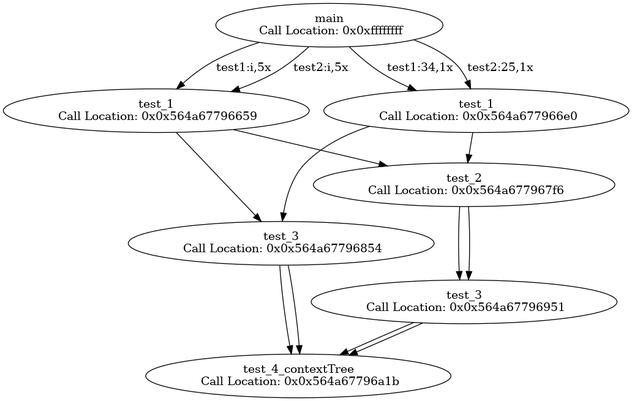
Above: tree.png in SameerDalal/backtrace (Graphviz), before the change. Its source is kept beside it as tree.dot.
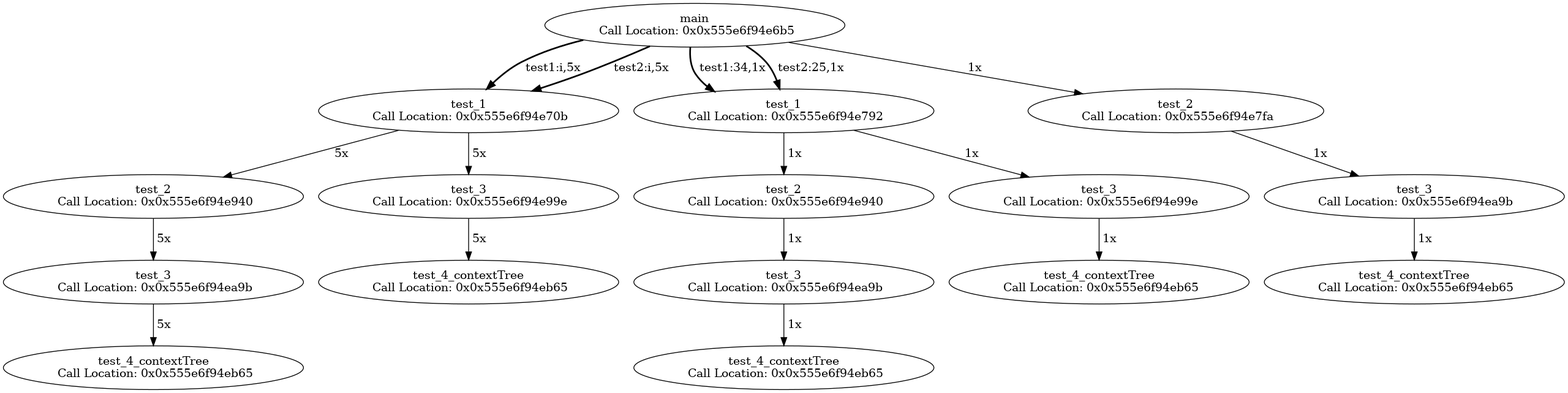
The same diagram one commit later.

Change to the diagram source:
```diff
@@ -1,29 +1,35 @@
 digraph ContextTree {
-main0xffffffff[label="main\n Call Location: 0x0xffffffff"];
-main0xffffffff -> test_10x564a67796659[label=" test1:i,5x"];
-main0xffffffff -> test_10x564a67796659[label=" test2:i,5x"];
-main0xffffffff -> test_10x564a677966e0[label=" test1:34,1x"];
-main0xffffffff -> test_10x564a677966e0[label=" test2:25,1x"];
-test_10x564a67796659[label="test_1\n Call Location: 0x0x564a67796659"];
-test_10x564a67796659 -> test_20x564a677967f6
-test_10x564a67796659 -> test_30x564a67796854
-test_20x564a677967f6[label="test_2\n Call Location: 0x0x564a677967f6"];
-test_20x564a677967f6 -> test_30x564a67796951
-test_30x564a67796951[label="test_3\n Call Location: 0x0x564a67796951"];
-test_30x564a67796951 -> test_4_contextTree0x564a67796a1b
-test_4_contextTree0x564a67796a1b[label="test_4_contextTree\n Call Location: 0x0x564a67796a1b"];
-test_30x564a67796854[label="test_3\n Call Location: 0x0x564a67796854"];
-test_30x564a67796854 -> test_4_contextTree0x564a67796a1b
-test_4_contextTree0x564a67796a1b[label="test_4_contextTree\n Call Location: 0x0x564a67796a1b"];
-test_10x564a677966e0[label="test_1\n Call Location: 0x0x564a677966e0"];
-test_10x564a677966e0 -> test_20x564a677967f6
-test_10x564a677966e0 -> test_30x564a67796854
-test_20x564a677967f6[label="test_2\n Call Location: 0x0x564a677967f6"];
-test_20x564a677967f6 -> test_30x564a67796951
-test_30x564a67796951[label="test_3\n Call Location: 0x0x564a67796951"];
-test_30x564a67796951 -> test_4_contextTree0x564a67796a1b
-test_4_contextTree0x564a67796a1b[label="test_4_contextTree\n Call Location: 0x0x564a67796a1b"];
-test_30x564a67796854[label="test_3\n Call Location: 0x0x564a67796854"];
-test_30x564a67796854 -> test_4_contextTree0x564a67796a1b
-test_4_contextTree0x564a67796a1b[label="test_4_contextTree\n Call Location: 0x0x564a67796a1b"];
+main0x555e70721eb0[label="main\n Call Location: 0x0x555e6f94e6b5"];
+main0x555e70721eb0 -> test_10x555e70721f90[style=bold, label=" test1:i,5x"];
+main0x555e70721eb0 -> test_10x555e70721f90[style=bold, label=" test2:i,5x"];
+main0x555e70721eb0 -> test_10x555e707225d0[style=bold, label=" test1:34,1x"];
+main0x555e70721eb0 -> test_10x555e707225d0[style=bold, label=" test2:25,1x"];
+main0x555e70721eb0 -> test_20x555e70722bf0[label=" 1x"];
+test_10x555e70721f90[label="test_1\n Call Location: 0x0x555e6f94e70b"];
+test_10x555e70721f90 -> test_20x555e707220f0[label=" 5x"];
+test_10x555e70721f90 -> test_30x555e70722410[label=" 5x"];
+test_20x555e707220f0[label="test_2\n Call Location: 0x0x555e6f94e940"];
+test_20x555e707220f0 -> test_30x555e707221b0[label=" 5x"];
+test_30x555e707221b0[label="test_3\n Call Location: 0x0x555e6f94ea9b"];
+test_30x555e707221b0 -> test_4_contextTree0x555e707222d0[label=" 5x"];
+test_4_contextTree0x555e707222d0[label="test_4_contextTree\n Call Location: 0x0x555e6f94eb65"];
+test_30x555e70722410[label="test_3\n Call Location: 0x0x555e6f94e99e"];
+test_30x555e70722410 -> test_4_contextTree0x555e707224f0[label=" 5x"];
+test_4_contextTree0x555e707224f0[label="test_4_contextTree\n Call Location: 0x0x555e6f94eb65"];
+test_10x555e707225d0[label="test_1\n Call Location: 0x0x555e6f94e792"];
+test_10x555e707225d0 -> test_20x555e70722710[label=" 1x"];
+test_10x555e707225d0 -> test_30x555e70722a20[label=" 1x"];
+test_20x555e70722710[label="test_2\n Call Location: 0x0x555e6f94e940"];
+test_20x555e70722710 -> test_30x555e70722860[label=" 1x"];
+test_30x555e70722860[label="test_3\n Call Location: 0x0x555e6f94ea9b"];
+test_30x555e70722860 -> test_4_contextTree0x555e70722960[label=" 1x"];
+test_4_contextTree0x555e70722960[label="test_4_contextTree\n Call Location: 0x0x555e6f94eb65"];
+test_30x555e70722a20[label="test_3\n Call Location: 0x0x555e6f94e99e"];
+test_30x555e70722a20 -> test_4_contextTree0x555e70722b00[label=" 1x"];
+test_4_contextTree0x555e70722b00[label="test_4_contextTree\n Call Location: 0x0x555e6f94eb65"];
+test_20x555e70722bf0[label="test_2\n Call Location: 0x0x555e6f94e7fa"];
+test_20x555e70722bf0 -> test_30x555e70722ce0[label=" 1x"];
+test_30x555e70722ce0[label="test_3\n Call Location: 0x0x555e6f94ea9b"];
+test_30x555e70722ce0 -> test_4_contextTree0x555e70722dc0[label=" 1x"];
+test_4_contextTree0x555e70722dc0[label="test_4_contextTree\n Call Location: 0x0x555e6f94eb65"];
 }
```
